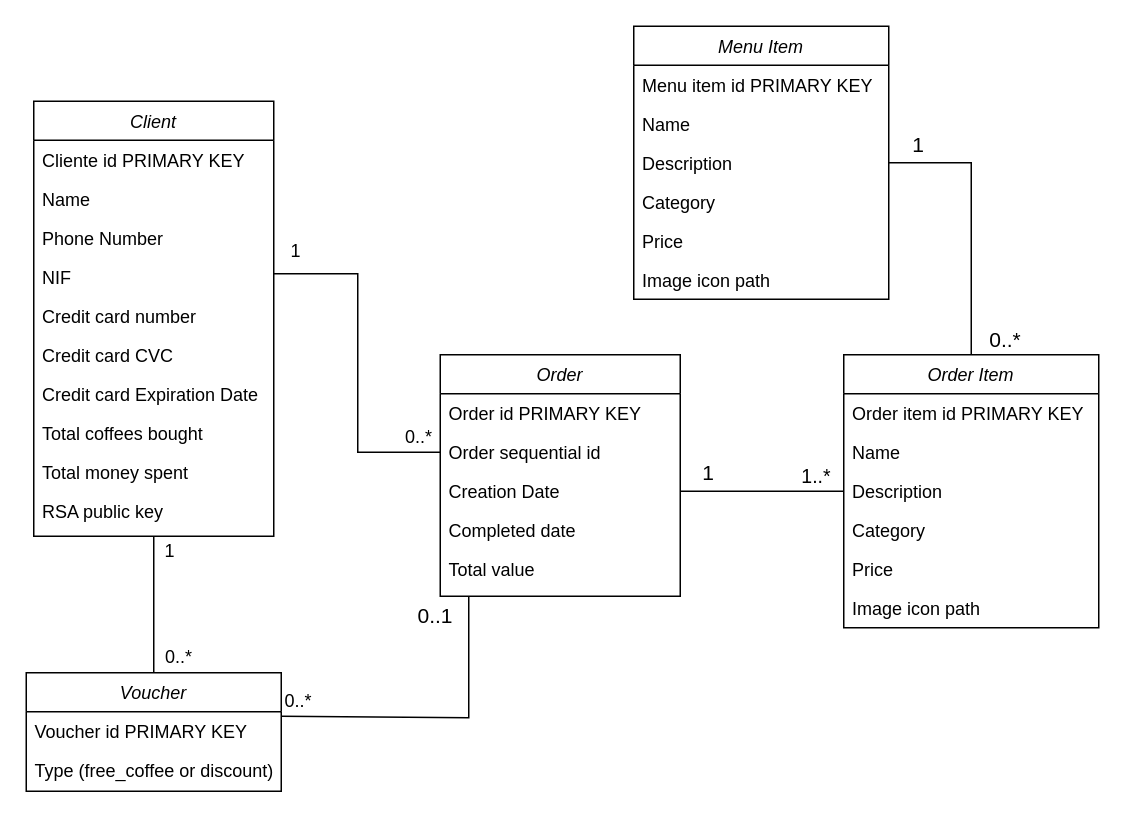
This is Acme.drawio from RMoura98/Coffee-Shop-App, a draw.io file, before an edit. Source tidied: cells renumbered, new cells numbered last; positions are measured from the earlier drawing's top-left corner, leaving out a move shared by most shapes. Both pictures are drawn from the tidied source at 150%, with x=0, y=0 at pixel (26, 26).
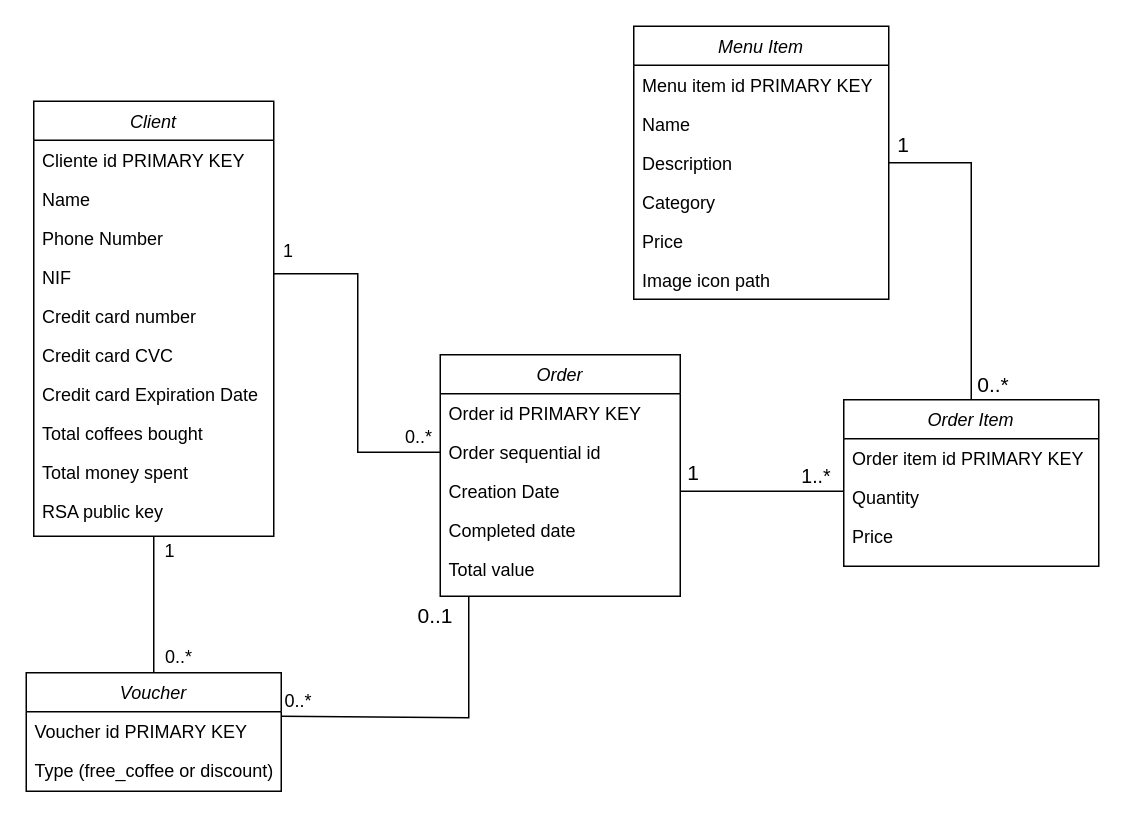
The same page after the edit.

What changed in the source:
```diff
@@
     <mxCell id="38" value="1" style="text;html=1;strokeColor=none;fillColor=none;align=center;verticalAlign=middle;whiteSpace=wrap;rounded=0;fontSize=12;" parent="1" vertex="1">
-      <mxGeometry x="160" y="140" width="40" height="20" as="geometry" />
+      <mxGeometry x="155" y="140" width="40" height="20" as="geometry" />
     </mxCell>
@@
     <mxCell id="40" value="1" style="text;html=1;strokeColor=none;fillColor=none;align=center;verticalAlign=middle;whiteSpace=wrap;rounded=0;fontSize=14;" parent="1" vertex="1">
-      <mxGeometry x="435" y="288" width="40" height="20" as="geometry" />
+      <mxGeometry x="425" y="288" width="40" height="20" as="geometry" />
     </mxCell>
     <mxCell id="41" value="Order Item" style="swimlane;fontStyle=2;align=center;verticalAlign=top;horizontal=1;startSize=26;rounded=0;shadow=0;strokeWidth=1;" parent="1" vertex="1">
-      <mxGeometry x="545" y="219" width="170" height="182" as="geometry" />
+      <mxGeometry x="545" y="249" width="170" height="111" as="geometry" />
     </mxCell>
@@
-    <mxCell id="43" value="Name" style="text;align=left;verticalAlign=top;spacingLeft=4;spacingRight=4;overflow=hidden;rounded=0;shadow=0;html=0;" parent="41" vertex="1">
+    <mxCell id="43" value="Quantity" style="text;align=left;verticalAlign=top;spacingLeft=4;spacingRight=4;overflow=hidden;rounded=0;shadow=0;html=0;" parent="41" vertex="1">
       <mxGeometry y="52" width="170" height="26" as="geometry" />
     </mxCell>
-    <mxCell id="44" value="Description" style="text;align=left;verticalAlign=top;spacingLeft=4;spacingRight=4;overflow=hidden;rounded=0;shadow=0;html=0;fontSize=12;" parent="41" vertex="1">
+    <mxCell id="44" value="Price" style="text;align=left;verticalAlign=top;spacingLeft=4;spacingRight=4;overflow=hidden;rounded=0;shadow=0;html=0;fontSize=12;" parent="41" vertex="1">
       <mxGeometry y="78" width="170" height="26" as="geometry" />
     </mxCell>
-    <mxCell id="45" value="Category" style="text;align=left;verticalAlign=top;spacingLeft=4;spacingRight=4;overflow=hidden;rounded=0;shadow=0;html=0;" parent="41" vertex="1">
-      <mxGeometry y="104" width="170" height="26" as="geometry" />
-    </mxCell>
-    <mxCell id="46" value="Price" style="text;align=left;verticalAlign=top;spacingLeft=4;spacingRight=4;overflow=hidden;rounded=0;shadow=0;html=0;" parent="41" vertex="1">
-      <mxGeometry y="130" width="170" height="26" as="geometry" />
-    </mxCell>
-    <mxCell id="47" value="Image icon path" style="text;align=left;verticalAlign=top;spacingLeft=4;spacingRight=4;overflow=hidden;rounded=0;shadow=0;html=0;" parent="41" vertex="1">
-      <mxGeometry y="156" width="170" height="26" as="geometry" />
-    </mxCell>
     <mxCell id="48" value="&lt;font style=&quot;font-size: 14px&quot;&gt;1&lt;/font&gt;" style="text;html=1;strokeColor=none;fillColor=none;align=center;verticalAlign=middle;whiteSpace=wrap;rounded=0;fontSize=12;" parent="1" vertex="1">
-      <mxGeometry x="575" y="70" width="40" height="17" as="geometry" />
+      <mxGeometry x="565" y="70" width="40" height="17" as="geometry" />
     </mxCell>
     <mxCell id="49" value="&lt;font style=&quot;font-size: 14px&quot;&gt;0..*&lt;/font&gt;" style="text;html=1;strokeColor=none;fillColor=none;align=center;verticalAlign=middle;whiteSpace=wrap;rounded=0;fontSize=12;" parent="1" vertex="1">
-      <mxGeometry x="633" y="200.5" width="40" height="17" as="geometry" />
+      <mxGeometry x="625" y="230" width="40" height="17" as="geometry" />
     </mxCell>
```
